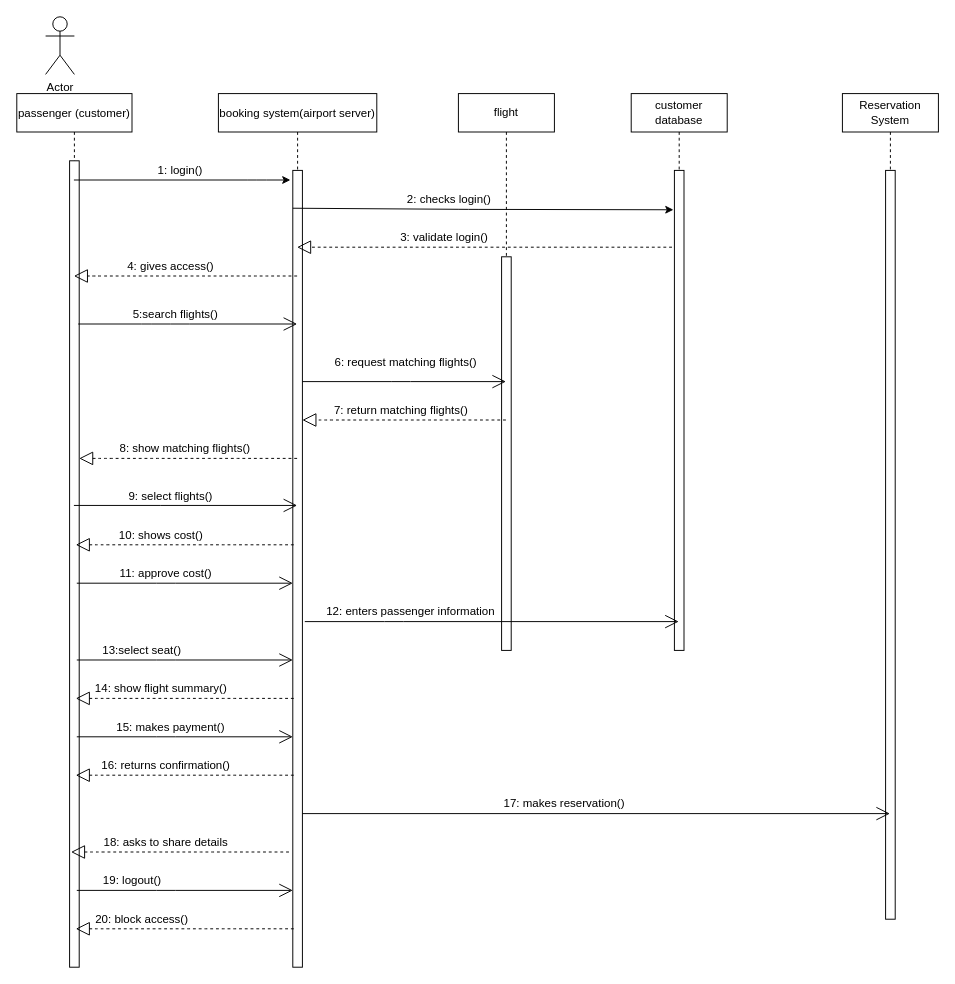
The draw.io diagram sequence.drawio in TharaShehadeh/BLue-Sky, before the edit. Source tidied: cells renumbered, new cells numbered last; positions are measured from the earlier drawing's top-left corner, leaving out a move shared by most shapes. Both pictures are drawn from the tidied source at 96%, with x=0, y=0 at pixel (16, 16).
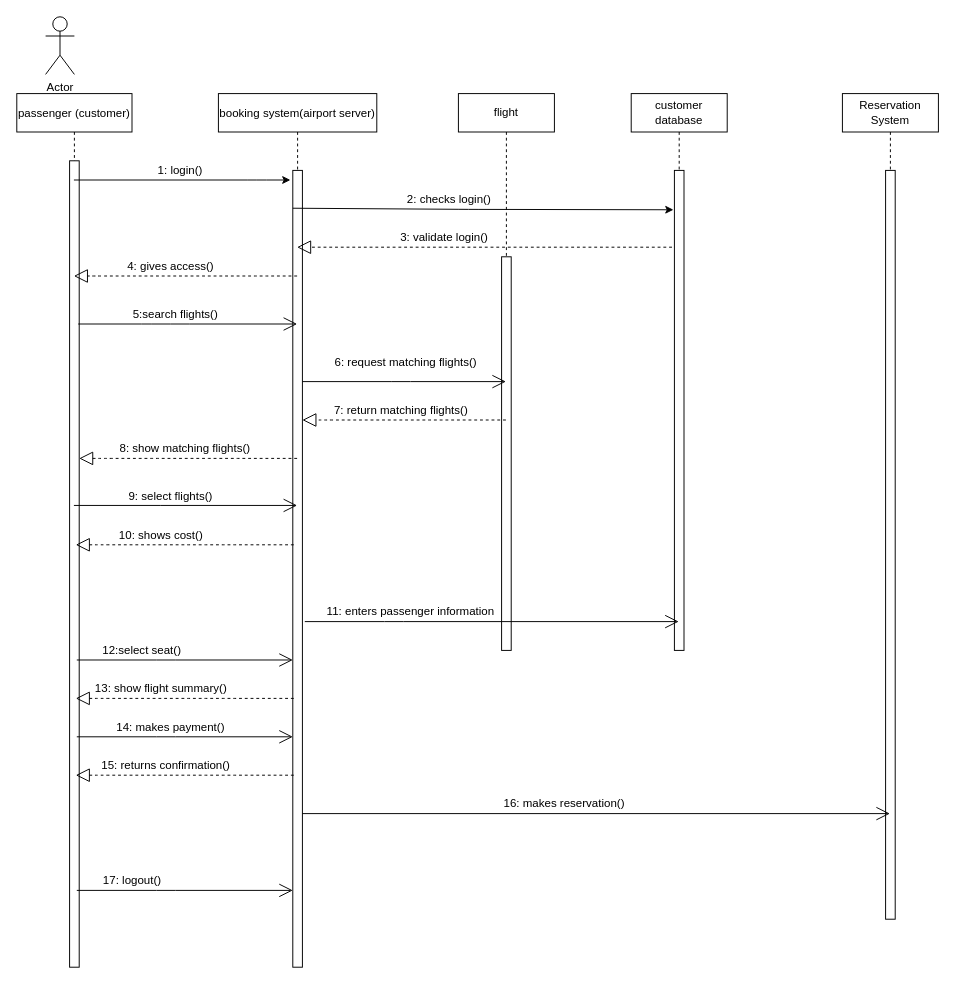
The same page after the edit.

Change to the diagram source:
```diff
@@
-    <mxCell id="33" style="endArrow=open;endFill=1;endSize=12;html=1;exitX=1.2;exitY=0.704;exitDx=0;exitDy=0;exitPerimeter=0;" parent="1" edge="1">
-      <mxGeometry relative="1" as="geometry">
-        <mxPoint x="62.5" y="590" as="sourcePoint" />
-        <mxPoint x="287.5" y="590" as="targetPoint" />
-        <Array as="points">
-          <mxPoint x="155.5" y="590" />
-        </Array>
-      </mxGeometry>
-    </mxCell>
-    <mxCell id="34" value="11: approve cost()" style="text;html=1;align=center;verticalAlign=middle;" parent="1" vertex="1">
-      <mxGeometry x="100" y="570" width="110" height="20" as="geometry" />
-    </mxCell>
@@
-    <mxCell id="36" value="12: enters passenger information" style="text;html=1;align=center;verticalAlign=middle;" parent="1" vertex="1">
+    <mxCell id="36" value="11: enters passenger information" style="text;html=1;align=center;verticalAlign=middle;" parent="1" vertex="1">
       <mxGeometry x="315" y="610" width="190" height="20" as="geometry" />
     </mxCell>
@@
-    <mxCell id="39" value="13:select seat()" style="text;html=1;align=center;verticalAlign=middle;" parent="1" vertex="1">
+    <mxCell id="39" value="12:select seat()" style="text;html=1;align=center;verticalAlign=middle;" parent="1" vertex="1">
       <mxGeometry x="80" y="650" width="100" height="20" as="geometry" />
     </mxCell>
-    <mxCell id="40" value="14: show flight summary()" style="text;html=1;align=center;verticalAlign=middle;" parent="1" vertex="1">
+    <mxCell id="40" value="13: show flight summary()" style="text;html=1;align=center;verticalAlign=middle;" parent="1" vertex="1">
       <mxGeometry x="75" y="690" width="150" height="20" as="geometry" />
     </mxCell>
@@
-    <mxCell id="42" value="15: makes payment()" style="text;html=1;align=center;verticalAlign=middle;" parent="1" vertex="1">
+    <mxCell id="42" value="14: makes payment()" style="text;html=1;align=center;verticalAlign=middle;" parent="1" vertex="1">
       <mxGeometry x="95" y="730" width="130" height="20" as="geometry" />
     </mxCell>
@@
-    <mxCell id="44" value="16: returns confirmation()" style="text;html=1;align=center;verticalAlign=middle;" parent="1" vertex="1">
+    <mxCell id="44" value="15: returns confirmation()" style="text;html=1;align=center;verticalAlign=middle;" parent="1" vertex="1">
       <mxGeometry x="80" y="770" width="150" height="20" as="geometry" />
     </mxCell>
@@
-    <mxCell id="46" value="17: makes reservation()" style="text;html=1;align=center;verticalAlign=middle;" parent="1" vertex="1">
+    <mxCell id="46" value="16: makes reservation()" style="text;html=1;align=center;verticalAlign=middle;" parent="1" vertex="1">
       <mxGeometry x="500" y="810" width="140" height="20" as="geometry" />
     </mxCell>
-    <mxCell id="47" style="endArrow=block;dashed=1;endFill=0;endSize=12;html=1;" parent="1" edge="1">
-      <mxGeometry relative="1" as="geometry">
-        <mxPoint x="283.5" y="870" as="sourcePoint" />
-        <mxPoint x="56.5" y="870" as="targetPoint" />
-        <Array as="points">
-          <mxPoint x="211.5" y="870" />
-          <mxPoint x="181.5" y="870" />
-          <mxPoint x="141.5" y="870" />
-          <mxPoint x="81.5" y="870" />
-        </Array>
-      </mxGeometry>
-    </mxCell>
-    <mxCell id="48" value="18: asks to share details" style="text;html=1;align=center;verticalAlign=middle;" parent="1" vertex="1">
-      <mxGeometry x="85" y="850" width="140" height="20" as="geometry" />
-    </mxCell>
@@
-    <mxCell id="50" value="19: logout()" style="text;html=1;align=center;verticalAlign=middle;" parent="1" vertex="1">
+    <mxCell id="50" value="17: logout()" style="text;html=1;align=center;verticalAlign=middle;" parent="1" vertex="1">
       <mxGeometry x="80" y="890" width="80" height="20" as="geometry" />
     </mxCell>
-    <mxCell id="51" style="endArrow=block;dashed=1;endFill=0;endSize=12;html=1;" parent="1" edge="1">
-      <mxGeometry relative="1" as="geometry">
-        <mxPoint x="288.5" y="950" as="sourcePoint" />
-        <mxPoint x="61.5" y="950" as="targetPoint" />
-        <Array as="points">
-          <mxPoint x="216.5" y="950" />
-          <mxPoint x="186.5" y="950" />
-          <mxPoint x="146.5" y="950" />
-          <mxPoint x="86.5" y="950" />
-        </Array>
-      </mxGeometry>
-    </mxCell>
-    <mxCell id="52" value="20: block access()" style="text;html=1;align=center;verticalAlign=middle;" parent="1" vertex="1">
-      <mxGeometry x="75" y="930" width="110" height="20" as="geometry" />
-    </mxCell>
```
